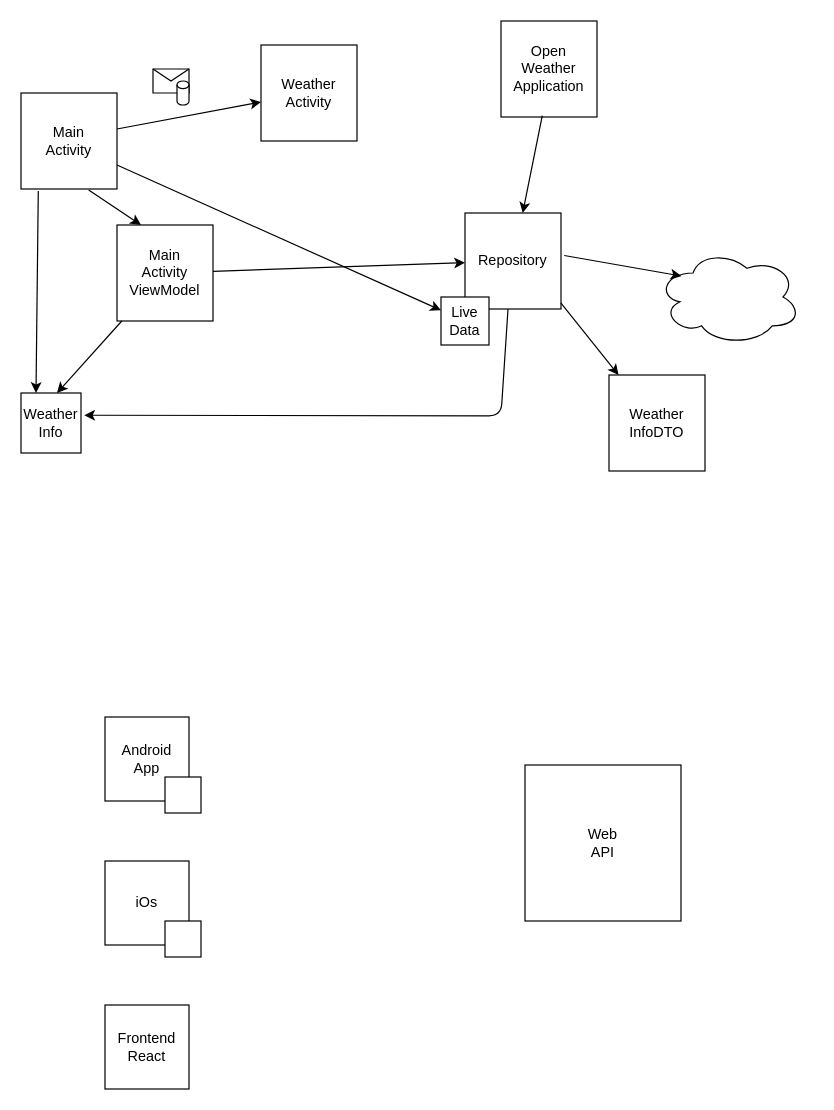
The draw.io diagram page "Page-9" (9 of 10) of whiteboard-PDM.drawio in isel-leic-pdm/PDM-2021-LI5XD, before the edit. Source tidied: cells renumbered, new cells numbered last; positions are measured from the earlier drawing's top-left corner, leaving out a move shared by most shapes. Both pictures are drawn from the tidied source at 120%, with x=0, y=0 at pixel (20, 20).
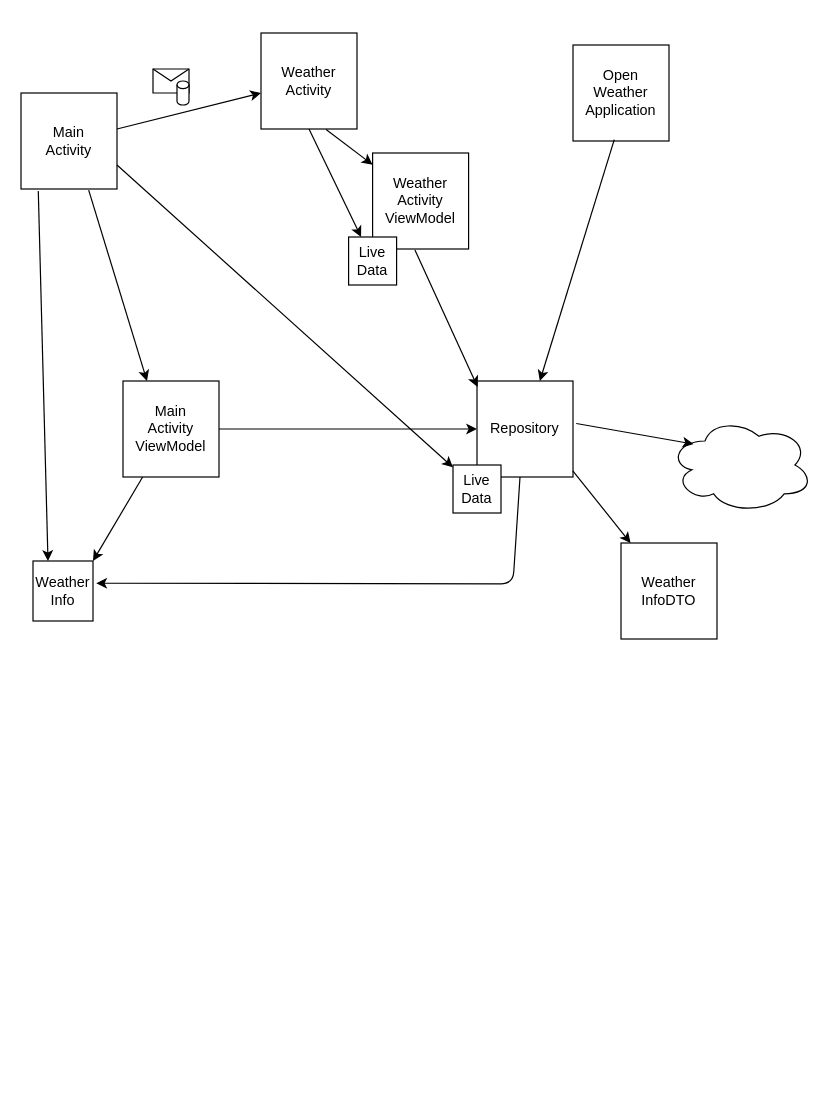
Above is the later version.

The edit, as a diff of the source:
```diff
@@
     <mxCell id="3" value="Main&lt;br&gt;Activity&lt;br&gt;ViewModel" style="whiteSpace=wrap;html=1;" parent="1" vertex="1">
-      <mxGeometry x="80" y="170" width="80" height="80" as="geometry" />
+      <mxGeometry x="85" y="300" width="80" height="80" as="geometry" />
     </mxCell>
@@
     <mxCell id="5" value="Open&lt;br&gt;Weather&lt;br&gt;Application" style="whiteSpace=wrap;html=1;" parent="1" vertex="1">
-      <mxGeometry x="400" width="80" height="80" as="geometry" />
+      <mxGeometry x="460" y="20" width="80" height="80" as="geometry" />
     </mxCell>
     <mxCell id="6" value="Repository" style="whiteSpace=wrap;html=1;" parent="1" vertex="1">
-      <mxGeometry x="370" y="160" width="80" height="80" as="geometry" />
+      <mxGeometry x="380" y="300" width="80" height="80" as="geometry" />
     </mxCell>
@@
     <mxCell id="9" value="Weather&lt;br&gt;Activity" style="whiteSpace=wrap;html=1;" parent="1" vertex="1">
-      <mxGeometry x="200" y="20" width="80" height="80" as="geometry" />
+      <mxGeometry x="200" y="10" width="80" height="80" as="geometry" />
     </mxCell>
@@
     <mxCell id="14" value="Live&lt;br&gt;Data" style="rounded=0;whiteSpace=wrap;html=1;" parent="1" vertex="1">
-      <mxGeometry x="350" y="230" width="40" height="40" as="geometry" />
+      <mxGeometry x="360" y="370" width="40" height="40" as="geometry" />
     </mxCell>
     <mxCell id="15" style="ellipse;shape=cloud;whiteSpace=wrap;html=1;" parent="1" vertex="1">
-      <mxGeometry x="530" y="190" width="120" height="80" as="geometry" />
+      <mxGeometry x="540" y="330" width="120" height="80" as="geometry" />
     </mxCell>
@@
     <mxCell id="17" value="Weather&lt;br&gt;Info" style="whiteSpace=wrap;html=1;" parent="1" vertex="1">
-      <mxGeometry y="310" width="50" height="50" as="geometry" />
+      <mxGeometry x="10" y="450" width="50" height="50" as="geometry" />
     </mxCell>
@@
-    <mxCell id="19" style="endArrow=classic;html=1;" parent="1" edge="1" source="3">
-      <mxGeometry relative="1" as="geometry">
-        <mxPoint x="30" y="310" as="targetPoint" />
-      </mxGeometry>
+    <mxCell id="19" style="endArrow=classic;html=1;entryX=1;entryY=0;entryDx=0;entryDy=0;" parent="1" edge="1" source="3" target="17">
+      <mxGeometry relative="1" as="geometry" />
     </mxCell>
     <mxCell id="20" style="endArrow=classic;html=1;exitX=0.448;exitY=1;exitDx=0;exitDy=0;exitPerimeter=0;entryX=1.054;entryY=0.371;entryDx=0;entryDy=0;entryPerimeter=0;" parent="1" edge="1" source="6" target="17">
       <mxGeometry relative="1" as="geometry">
         <Array as="points">
-          <mxPoint x="400" y="329" />
+          <mxPoint x="410" y="469" />
         </Array>
       </mxGeometry>
     </mxCell>
     <mxCell id="21" value="Weather&lt;br&gt;InfoDTO" style="whiteSpace=wrap;html=1;" parent="1" vertex="1">
-      <mxGeometry x="490" y="295" width="80" height="80" as="geometry" />
+      <mxGeometry x="500" y="435" width="80" height="80" as="geometry" />
     </mxCell>
@@
-    <mxCell id="23" value="Web&lt;br&gt;API" style="whiteSpace=wrap;html=1;" parent="1" vertex="1">
-      <mxGeometry x="420" y="620" width="130" height="130" as="geometry" />
-    </mxCell>
-    <mxCell id="24" value="Android&lt;br&gt;App" style="whiteSpace=wrap;html=1;" parent="1" vertex="1">
-      <mxGeometry x="70" y="580" width="70" height="70" as="geometry" />
-    </mxCell>
-    <mxCell id="25" value="iOs" style="whiteSpace=wrap;html=1;" parent="1" vertex="1">
-      <mxGeometry x="70" y="700" width="70" height="70" as="geometry" />
-    </mxCell>
-    <mxCell id="26" value="Frontend&lt;br&gt;React" style="whiteSpace=wrap;html=1;" parent="1" vertex="1">
-      <mxGeometry x="70" y="820" width="70" height="70" as="geometry" />
-    </mxCell>
-    <mxCell id="27" style="whiteSpace=wrap;html=1;" parent="1" vertex="1">
-      <mxGeometry x="120" y="630" width="30" height="30" as="geometry" />
-    </mxCell>
-    <mxCell id="28" style="whiteSpace=wrap;html=1;" parent="1" vertex="1">
-      <mxGeometry x="120" y="750" width="30" height="30" as="geometry" />
-    </mxCell>
+    <mxCell id="29" value="Weather&lt;br&gt;Activity&lt;br&gt;ViewModel" style="whiteSpace=wrap;html=1;" parent="1" vertex="1">
+      <mxGeometry x="293" y="110" width="80" height="80" as="geometry" />
+    </mxCell>
+    <mxCell id="30" value="Live&lt;br&gt;Data" style="rounded=0;whiteSpace=wrap;html=1;" parent="1" vertex="1">
+      <mxGeometry x="273" y="180" width="40" height="40" as="geometry" />
+    </mxCell>
+    <mxCell id="31" style="endArrow=classic;html=1;exitX=0.5;exitY=1;exitDx=0;exitDy=0;" parent="1" edge="1" source="9" target="30">
+      <mxGeometry relative="1" as="geometry" />
+    </mxCell>
+    <mxCell id="32" style="endArrow=classic;html=1;exitX=0.441;exitY=1.01;exitDx=0;exitDy=0;entryX=0.006;entryY=0.062;entryDx=0;entryDy=0;entryPerimeter=0;exitPerimeter=0;" parent="1" edge="1" source="29" target="6">
+      <mxGeometry relative="1" as="geometry" />
+    </mxCell>
+    <mxCell id="33" style="endArrow=classic;html=1;exitX=0.678;exitY=1.006;exitDx=0;exitDy=0;exitPerimeter=0;" parent="1" edge="1" source="9" target="29">
+      <mxGeometry relative="1" as="geometry" />
+    </mxCell>
```
